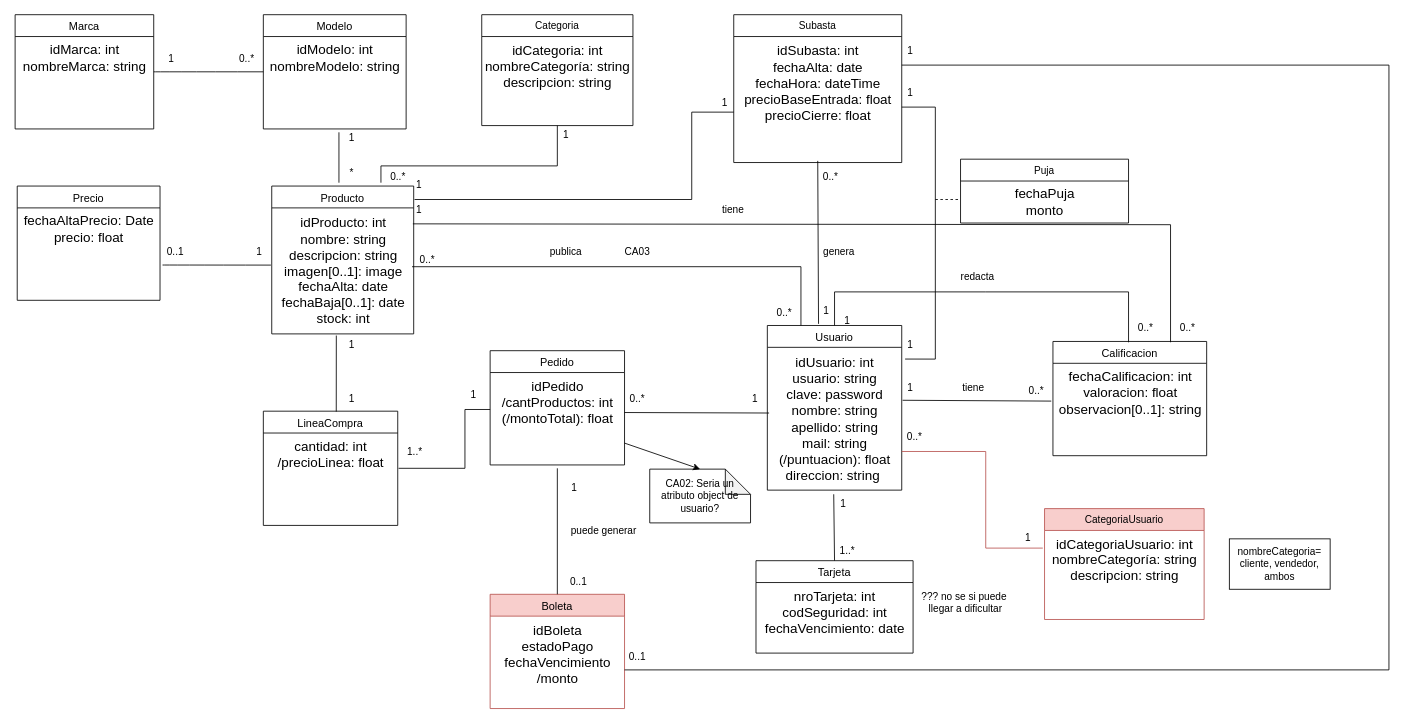
Earlier version of the draw.io diagram docs/diagramaClasesGit.drawio (BorsatoMilton/CarGarage). Source tidied: cells renumbered, new cells numbered last; positions are measured from the earlier drawing's top-left corner, leaving out a move shared by most shapes. Both pictures are drawn from the tidied source at 84%, with x=0, y=0 at pixel (14, 14).
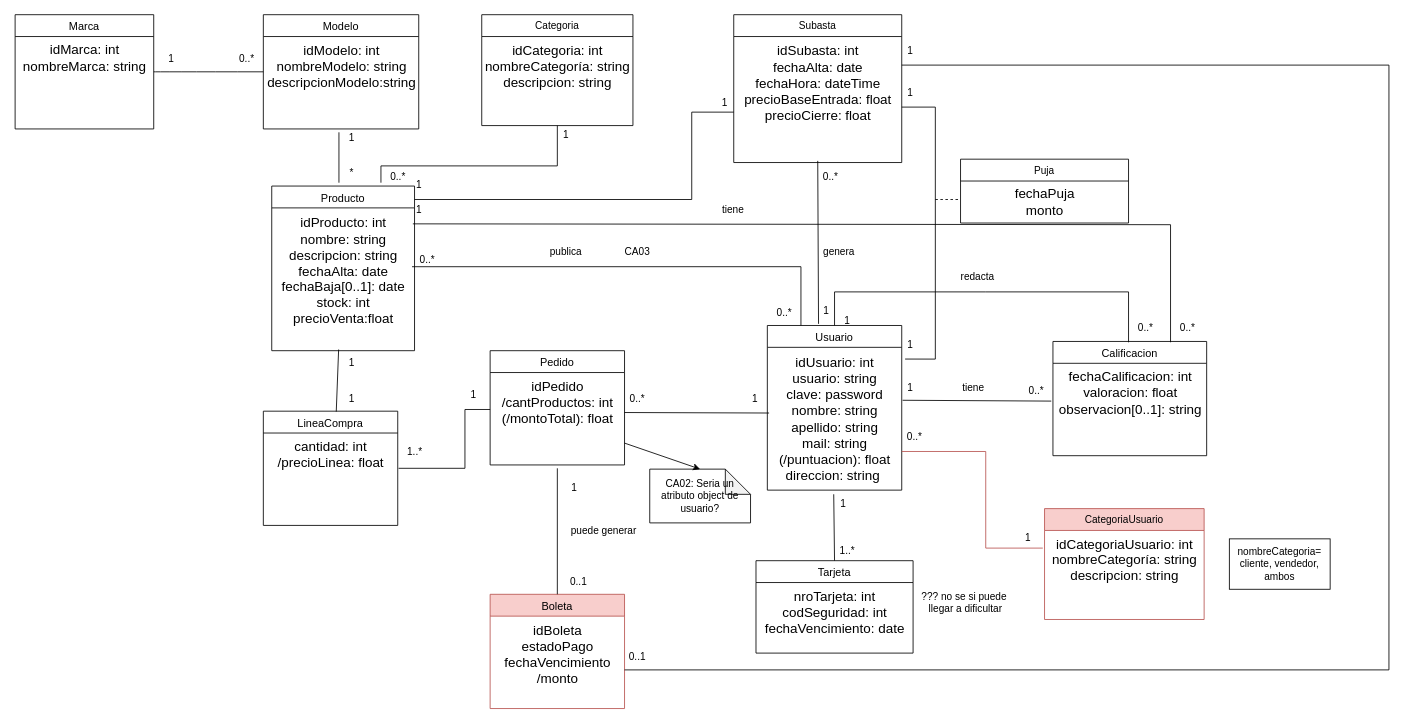
The same page after the edit.

The edit, as a diff of the source:
```diff
@@
     <mxCell id="6" value="Producto" style="swimlane;fontStyle=0;align=center;verticalAlign=top;horizontal=1;startSize=26;rounded=0;shadow=0;strokeWidth=1;fontSize=13;" parent="1" vertex="1">
-      <mxGeometry x="306" y="204" width="169" height="176" as="geometry" />
+      <mxGeometry x="306" y="204" width="170" height="196" as="geometry" />
     </mxCell>
-    <mxCell id="7" value="&lt;div&gt;idProducto: int&lt;/div&gt;nombre: string&lt;div&gt;descripcion: string&lt;/div&gt;&lt;div&gt;imagen[0..1]: image&lt;/div&gt;&lt;div&gt;fechaAlta: date&lt;/div&gt;&lt;div&gt;fechaBaja[0..1]: date&lt;/div&gt;&lt;div&gt;stock: int&lt;/div&gt;" style="text;html=1;align=center;verticalAlign=middle;points=[];strokeColor=none;fillColor=none;fontSize=16;" parent="6" vertex="1">
-      <mxGeometry y="26" width="169" height="150" as="geometry" />
+    <mxCell id="7" value="&lt;div&gt;idProducto: int&lt;/div&gt;nombre: string&lt;div&gt;descripcion: string&lt;/div&gt;&lt;div&gt;fechaAlta: date&lt;/div&gt;&lt;div&gt;fechaBaja[0..1]: date&lt;/div&gt;&lt;div&gt;stock: int&lt;/div&gt;&lt;div&gt;precioVenta:float&lt;/div&gt;" style="text;html=1;align=center;verticalAlign=middle;points=[];strokeColor=none;fillColor=none;fontSize=16;" parent="6" vertex="1">
+      <mxGeometry y="26" width="170" height="150" as="geometry" />
     </mxCell>
-    <mxCell id="8" value="Precio" style="swimlane;fontStyle=0;align=center;verticalAlign=top;horizontal=1;startSize=26;rounded=0;shadow=0;strokeWidth=1;fontSize=13;" parent="1" vertex="1">
-      <mxGeometry x="3" y="204" width="170" height="136" as="geometry" />
-    </mxCell>
-    <mxCell id="9" value="fechaAltaPrecio: Date&lt;div&gt;precio: float&lt;/div&gt;" style="text;html=1;align=center;verticalAlign=middle;strokeColor=none;fillColor=none;fontSize=16;" parent="8" vertex="1">
-      <mxGeometry y="26" width="170" height="50" as="geometry" />
-    </mxCell>
-    <mxCell id="10" style="edgeStyle=none;curved=1;rounded=0;jettySize=auto;html=1;fontSize=12;startSize=8;endSize=8;endArrow=none;endFill=0;entryX=-0.006;entryY=0.454;entryDx=0;entryDy=0;entryPerimeter=0;" parent="1" edge="1" target="7">
-      <mxGeometry relative="1" as="geometry">
-        <mxPoint x="176" y="298" as="sourcePoint" />
-      </mxGeometry>
-    </mxCell>
     <mxCell id="11" value="Modelo" style="swimlane;fontStyle=0;align=center;verticalAlign=top;horizontal=1;startSize=26;rounded=0;shadow=0;strokeWidth=1;fontSize=13;" parent="1" vertex="1">
-      <mxGeometry x="296" width="170" height="136" as="geometry" />
+      <mxGeometry x="296" width="185" height="136" as="geometry" />
     </mxCell>
-    <mxCell id="12" value="&lt;div&gt;idModelo: int&lt;/div&gt;nombreModelo: string" style="text;html=1;align=center;verticalAlign=middle;strokeColor=none;fillColor=none;fontSize=16;" parent="11" vertex="1">
-      <mxGeometry y="26" width="170" height="50" as="geometry" />
+    <mxCell id="12" value="&lt;div&gt;idModelo: int&lt;/div&gt;nombreModelo: string&lt;div&gt;descripcionModelo:string&lt;/div&gt;" style="text;html=1;align=center;verticalAlign=middle;strokeColor=none;fillColor=none;fontSize=16;" parent="11" vertex="1">
+      <mxGeometry y="26" width="185" height="70" as="geometry" />
     </mxCell>
@@
-    <mxCell id="38" style="endArrow=none;html=1;rounded=0;entryX=0.455;entryY=1.013;entryDx=0;entryDy=0;entryPerimeter=0;" parent="1" edge="1" target="7">
+    <mxCell id="38" style="endArrow=none;html=1;rounded=0;entryX=-0.012;entryY=-0.047;entryDx=0;entryDy=0;entryPerimeter=0;" parent="1" edge="1" target="86">
       <mxGeometry relative="1" as="geometry">
         <mxPoint x="382.8" y="472.5" as="sourcePoint" />
       </mxGeometry>
     </mxCell>
@@
-    <mxCell id="68" value="1" style="text;html=1;align=center;verticalAlign=middle;strokeColor=none;fillColor=none;" parent="1" vertex="1">
-      <mxGeometry x="276" y="267" width="30" height="30" as="geometry" />
-    </mxCell>
-    <mxCell id="69" value="0..1" style="text;html=1;align=center;verticalAlign=middle;strokeColor=none;fillColor=none;" parent="1" vertex="1">
-      <mxGeometry x="171" y="267" width="40" height="30" as="geometry" />
-    </mxCell>
@@
     <mxCell id="86" value="1" style="text;html=1;align=center;verticalAlign=middle;points=[];strokeColor=none;fillColor=none;" parent="1" vertex="1">
-      <mxGeometry x="386" y="378" width="30" height="30" as="geometry" />
+      <mxGeometry x="386" y="400" width="30" height="30" as="geometry" />
     </mxCell>
```
